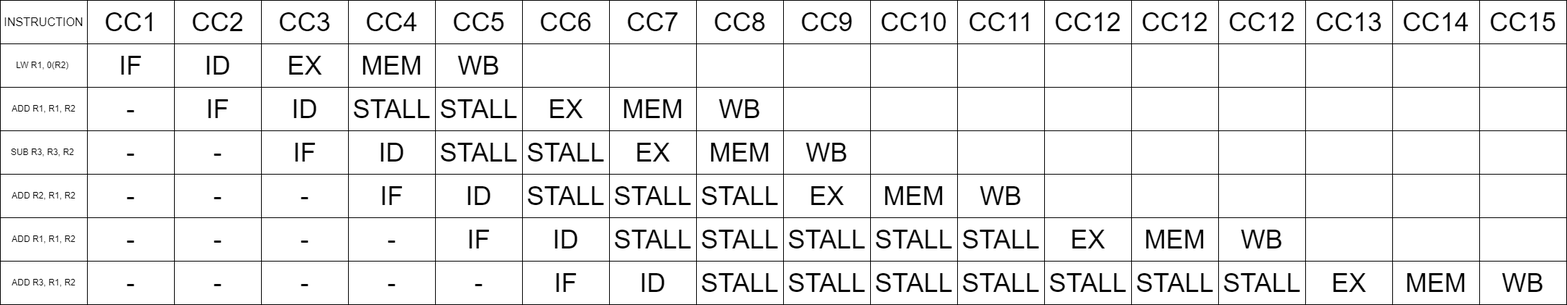
Before: Assign4_Part1_Ex3.png, a diagram exported from draw.io (ni-sauvage/CS34021). Source tidied: cells renumbered, new cells last; positions are measured from the earlier drawing's top-left corner, leaving out a move shared by most shapes.
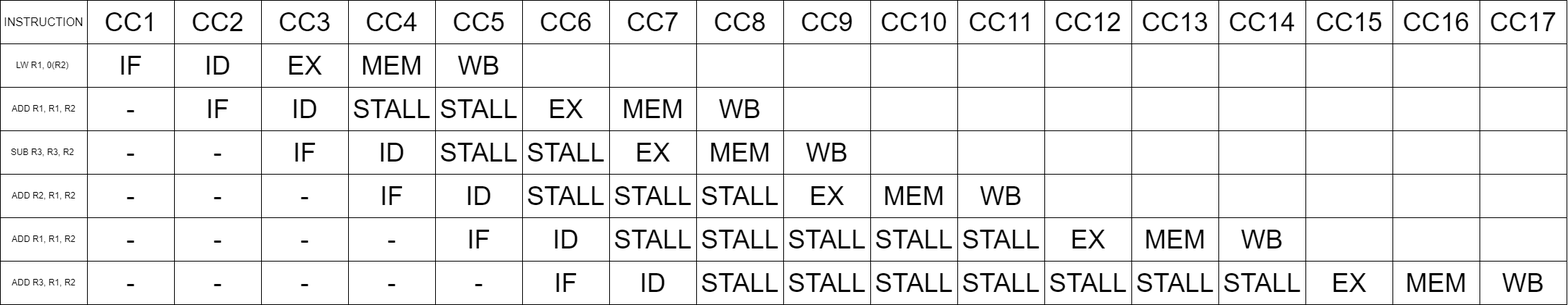
After the commit.

Diff of the diagram source:
```diff
@@ -293,7 +293,7 @@
     <mxCell id="98" value="&lt;span style=&quot;font-size: 36px;&quot;&gt;STALL&lt;/span&gt;" style="rounded=0;whiteSpace=wrap;html=1;" parent="1" vertex="1">
       <mxGeometry x="1560" y="360" width="120" height="60" as="geometry" />
     </mxCell>
-    <mxCell id="99" value="&lt;span style=&quot;font-size: 36px;&quot;&gt;CC12&lt;/span&gt;" style="rounded=0;whiteSpace=wrap;html=1;" parent="1" vertex="1">
+    <mxCell id="99" value="&lt;span style=&quot;font-size: 36px&quot;&gt;CC13&lt;/span&gt;" style="rounded=0;whiteSpace=wrap;html=1;" parent="1" vertex="1">
       <mxGeometry x="1560" width="120" height="60" as="geometry" />
     </mxCell>
     <mxCell id="100" style="rounded=0;whiteSpace=wrap;html=1;" parent="1" vertex="1">
@@ -314,7 +314,7 @@
     <mxCell id="105" value="&lt;span style=&quot;font-size: 36px;&quot;&gt;STALL&lt;/span&gt;" style="rounded=0;whiteSpace=wrap;html=1;" parent="1" vertex="1">
       <mxGeometry x="1680" y="360" width="120" height="60" as="geometry" />
     </mxCell>
-    <mxCell id="106" value="&lt;span style=&quot;font-size: 36px;&quot;&gt;CC12&lt;/span&gt;" style="rounded=0;whiteSpace=wrap;html=1;" parent="1" vertex="1">
+    <mxCell id="106" value="&lt;span style=&quot;font-size: 36px&quot;&gt;CC14&lt;/span&gt;" style="rounded=0;whiteSpace=wrap;html=1;" parent="1" vertex="1">
       <mxGeometry x="1680" width="120" height="60" as="geometry" />
     </mxCell>
     <mxCell id="107" style="rounded=0;whiteSpace=wrap;html=1;" parent="1" vertex="1">
@@ -335,7 +335,7 @@
     <mxCell id="112" value="&lt;span style=&quot;font-size: 36px;&quot;&gt;EX&lt;/span&gt;" style="rounded=0;whiteSpace=wrap;html=1;" parent="1" vertex="1">
       <mxGeometry x="1800" y="360" width="120" height="60" as="geometry" />
     </mxCell>
-    <mxCell id="113" value="&lt;span style=&quot;font-size: 36px;&quot;&gt;CC13&lt;/span&gt;" style="rounded=0;whiteSpace=wrap;html=1;" parent="1" vertex="1">
+    <mxCell id="113" value="&lt;span style=&quot;font-size: 36px&quot;&gt;CC15&lt;/span&gt;" style="rounded=0;whiteSpace=wrap;html=1;" parent="1" vertex="1">
       <mxGeometry x="1800" width="120" height="60" as="geometry" />
     </mxCell>
     <mxCell id="114" style="rounded=0;whiteSpace=wrap;html=1;" parent="1" vertex="1">
@@ -356,7 +356,7 @@
     <mxCell id="119" value="&lt;span style=&quot;font-size: 36px;&quot;&gt;MEM&lt;/span&gt;" style="rounded=0;whiteSpace=wrap;html=1;" parent="1" vertex="1">
       <mxGeometry x="1920" y="360" width="120" height="60" as="geometry" />
     </mxCell>
-    <mxCell id="120" value="&lt;span style=&quot;font-size: 36px;&quot;&gt;CC14&lt;/span&gt;" style="rounded=0;whiteSpace=wrap;html=1;" parent="1" vertex="1">
+    <mxCell id="120" value="&lt;span style=&quot;font-size: 36px&quot;&gt;CC16&lt;/span&gt;" style="rounded=0;whiteSpace=wrap;html=1;" parent="1" vertex="1">
       <mxGeometry x="1920" width="120" height="60" as="geometry" />
     </mxCell>
     <mxCell id="121" style="rounded=0;whiteSpace=wrap;html=1;" parent="1" vertex="1">
@@ -377,7 +377,7 @@
     <mxCell id="126" value="&lt;span style=&quot;font-size: 36px;&quot;&gt;WB&lt;/span&gt;" style="rounded=0;whiteSpace=wrap;html=1;" parent="1" vertex="1">
       <mxGeometry x="2040" y="360" width="120" height="60" as="geometry" />
     </mxCell>
-    <mxCell id="127" value="&lt;span style=&quot;font-size: 36px;&quot;&gt;CC15&lt;/span&gt;" style="rounded=0;whiteSpace=wrap;html=1;" parent="1" vertex="1">
+    <mxCell id="127" value="&lt;span style=&quot;font-size: 36px&quot;&gt;CC17&lt;/span&gt;" style="rounded=0;whiteSpace=wrap;html=1;" parent="1" vertex="1">
       <mxGeometry x="2040" width="120" height="60" as="geometry" />
     </mxCell>
   </root>
```
